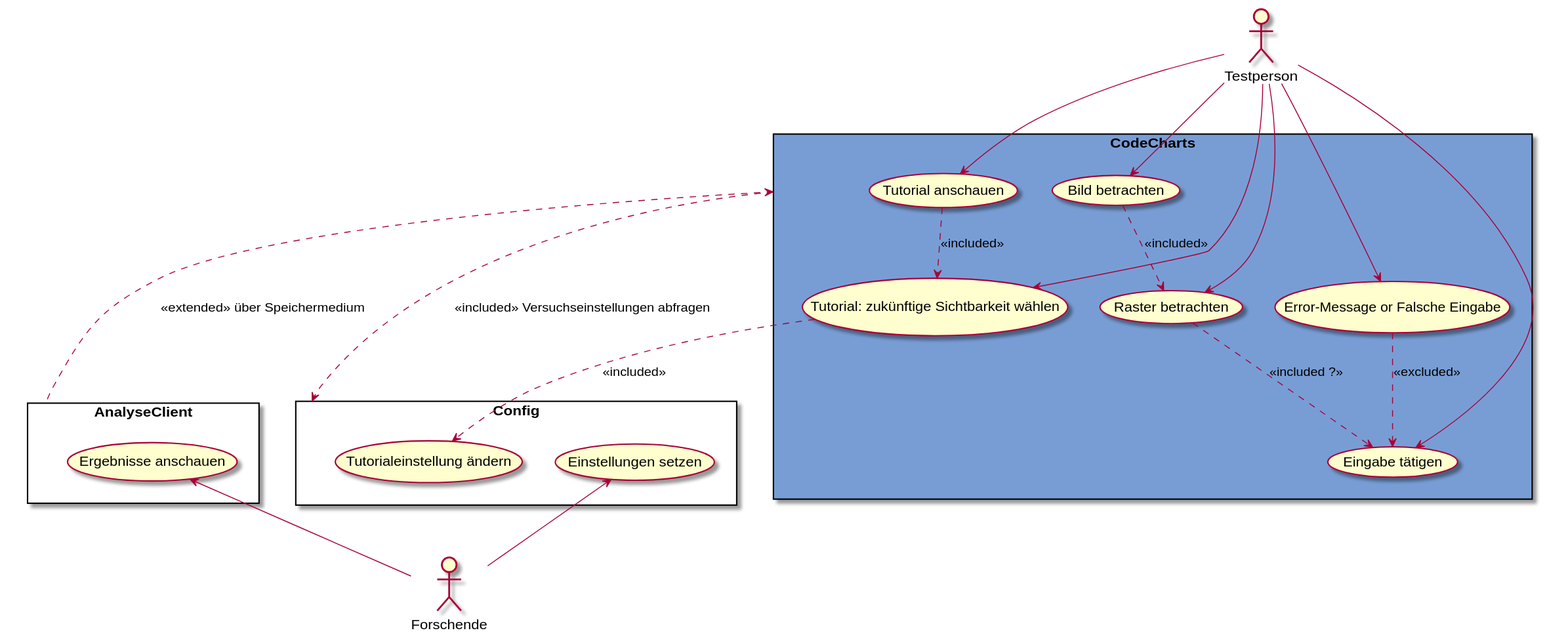
This is meilenstein_05/usecase-CodeCharts/usecase-CodeCharts.svg from weichware10/meilensteine, a PlantUML export, as it was before one commit.
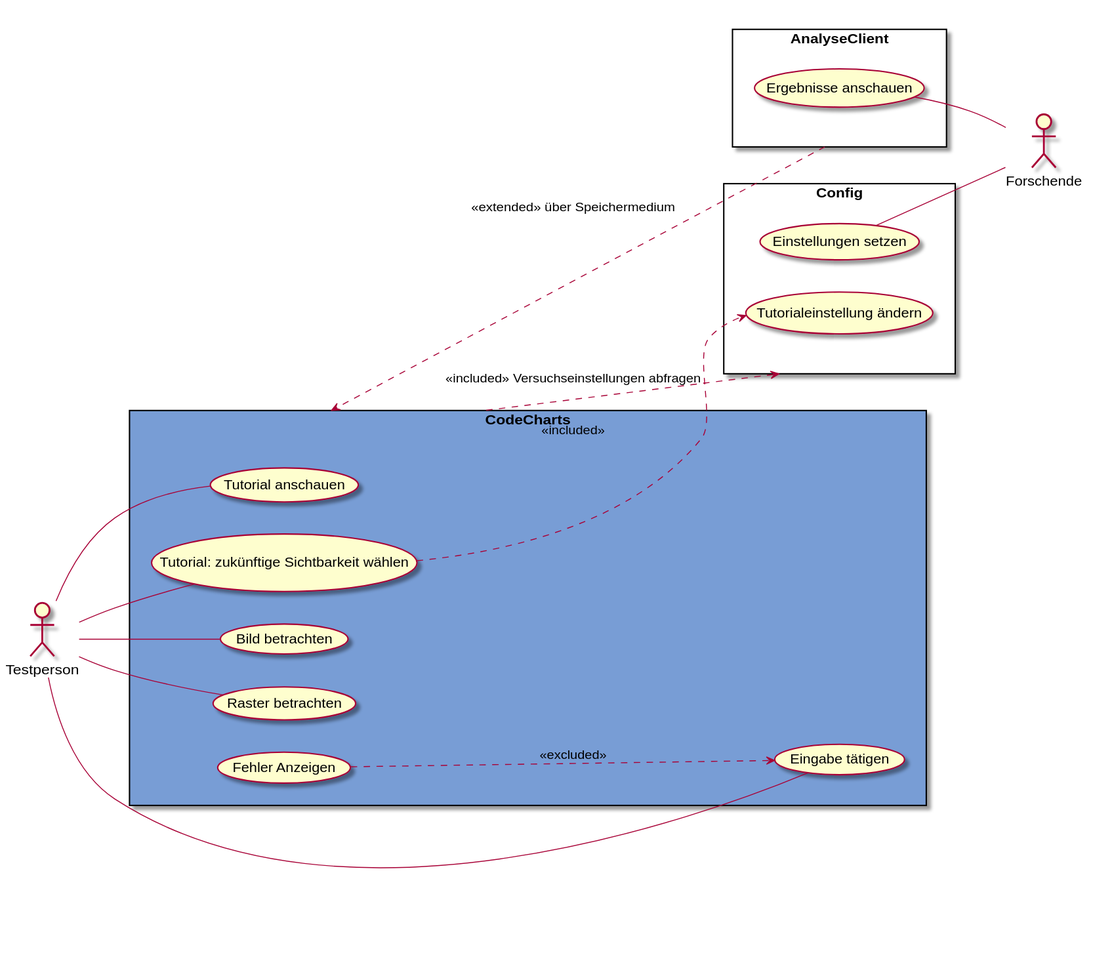
Above is the later version.

Commit message:
rendered PNGs and SVGs

The edit, as a diff of the source:
```diff
@@ -1,4 +1,5 @@
 @startuml CodeCharts
+left to right direction
 
 actor Testperson as t
 actor Forschende as f
@@ -9,7 +10,7 @@
     usecase "Bild betrachten" as bb
     usecase "Raster betrachten" as rb
     usecase "Eingabe tätigen" as et
-    usecase "Error-Message or Falsche Eingabe" as em
+    usecase "Fehler Anzeigen" as fa
 }
 
 rectangle AnalyseClient as a {
@@ -21,23 +22,19 @@
     usecase "Tutorialeinstellung ändern" as tä
 }
 
-t --> td
-t --> tw
-t --> bb
-t --> rb
-t --> et
-t --> em
+t -- td
+t -- tw
+t -- bb
+t -- rb
+t -- et
 
-es <-- f
-ea <-- f
+es -- f
+ea -- f
 
 tw ..> tä : <<included>>
 z <.. a : <<extended>> über Speichermedium
 z ..> c : <<included>> Versuchseinstellungen abfragen
-td ..> tw : <<included>>
-bb ..> rb : <<included>>
-rb ..> et : << included ? >>
-em ..> et : <<excluded>>
+fa ..> et : <<excluded>>
 
 
 @enduml
```
